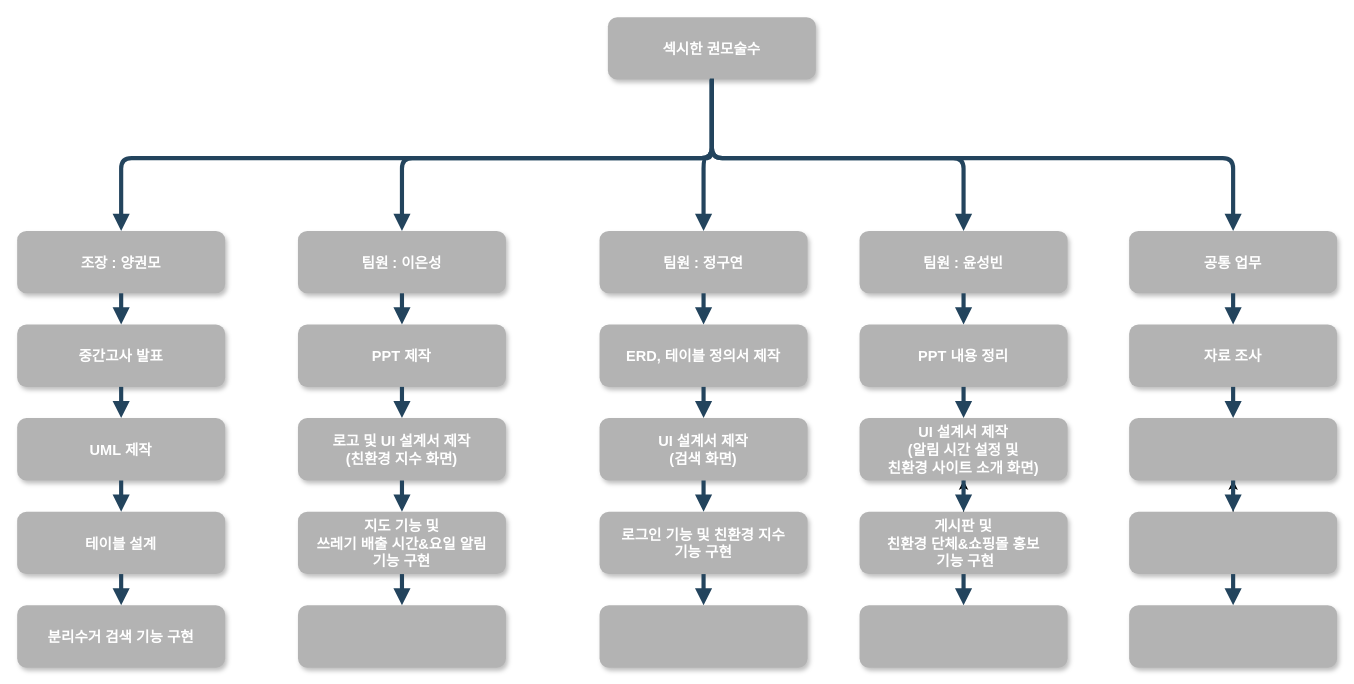
Above: org_chart.drawio in jgy2808/TERM_Project (draw.io), before the change. Source tidied: cells renumbered, new cells numbered last; positions are measured from the earlier drawing's top-left corner, leaving out a move shared by most shapes. Both pictures are drawn from the tidied source at 104%, with x=0, y=0 at pixel (17, 17).
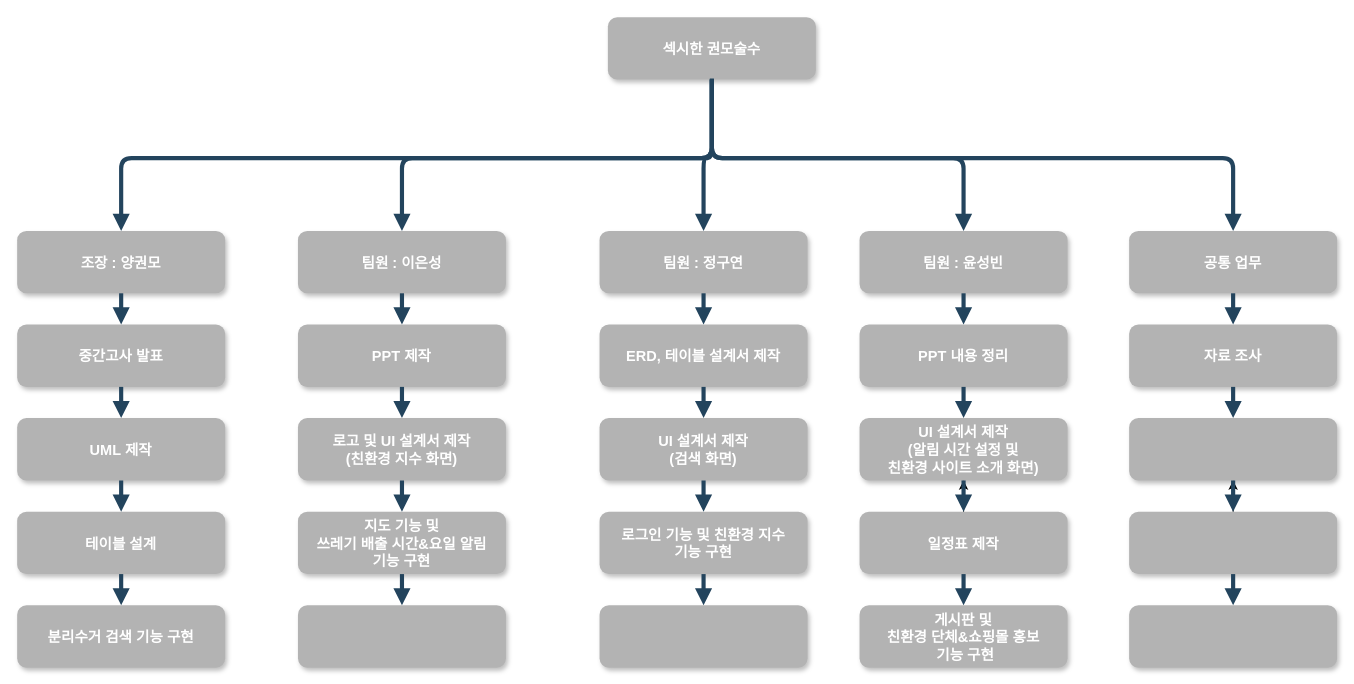
The same page after the edit.

What changed in the source:
```diff
@@
-    <mxCell id="13" value="ERD, 테이블 정의서 제작" style="rounded=1;fillColor=#B3B3B3;strokeColor=none;shadow=1;gradientColor=none;fontStyle=1;fontColor=#FFFFFF;fontSize=14;" parent="1" vertex="1">
+    <mxCell id="13" value="ERD, 테이블 설계서 제작" style="rounded=1;fillColor=#B3B3B3;strokeColor=none;shadow=1;gradientColor=none;fontStyle=1;fontColor=#FFFFFF;fontSize=14;" parent="1" vertex="1">
       <mxGeometry x="560" y="295.5" width="200" height="60" as="geometry" />
     </mxCell>
@@
-    <mxCell id="21" value="게시판 및 &#10;친환경 단체&amp;쇼핑몰 홍보&#10; 기능 구현" style="rounded=1;fillColor=#B3B3B3;strokeColor=none;shadow=1;gradientColor=none;fontStyle=1;fontColor=#FFFFFF;fontSize=14;" parent="1" vertex="1">
+    <mxCell id="21" value="일정표 제작" style="rounded=1;fillColor=#B3B3B3;strokeColor=none;shadow=1;gradientColor=none;fontStyle=1;fontColor=#FFFFFF;fontSize=14;" parent="1" vertex="1">
       <mxGeometry x="810" y="475.5" width="200" height="60" as="geometry" />
     </mxCell>
-    <mxCell id="22" style="rounded=1;fillColor=#B3B3B3;strokeColor=none;shadow=1;gradientColor=none;fontStyle=1;fontColor=#FFFFFF;fontSize=14;" parent="1" vertex="1">
+    <mxCell id="22" value="게시판 및&#10;친환경 단체&amp;쇼핑몰 홍보&#10; 기능 구현" style="rounded=1;fillColor=#B3B3B3;strokeColor=none;shadow=1;gradientColor=none;fontStyle=1;fontColor=#FFFFFF;fontSize=14;" parent="1" vertex="1">
       <mxGeometry x="810" y="565.5" width="200" height="60" as="geometry" />
     </mxCell>
```
